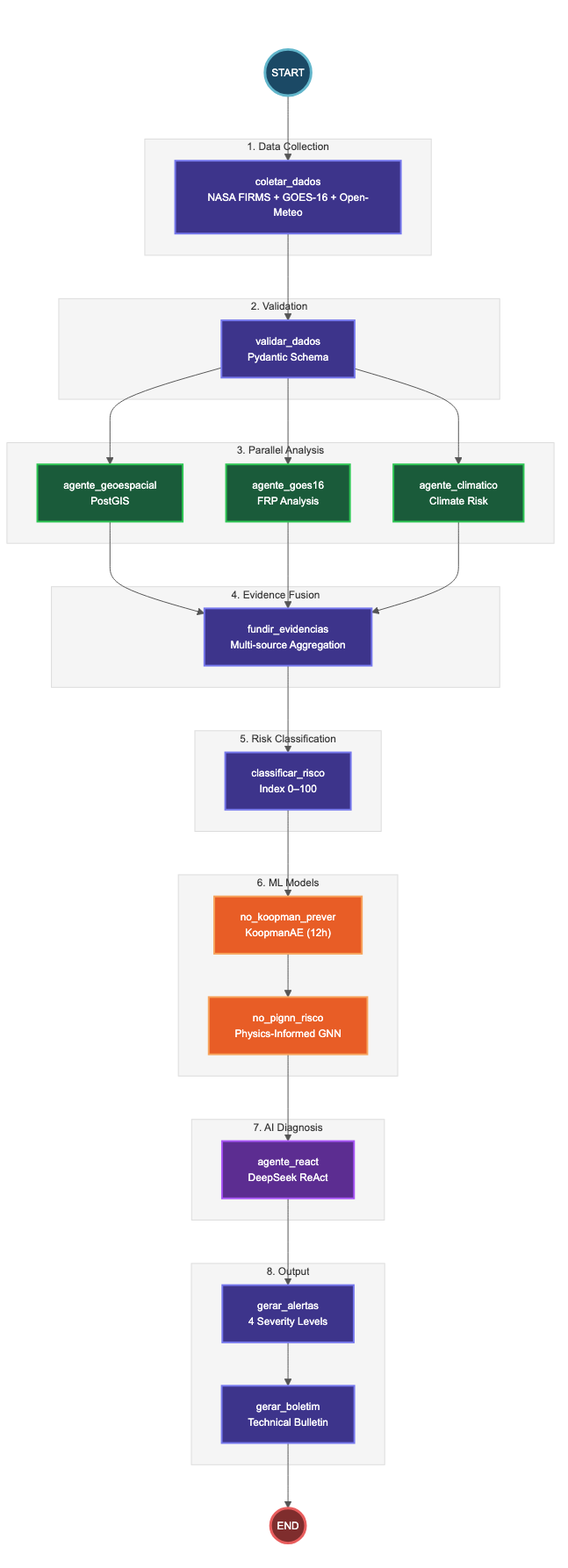
This is figures/langgraph.png from naubergois/ceara-queimadas, a Mermaid export, as it was before one commit. Its source is kept beside it as figures/langgraph.mmd.
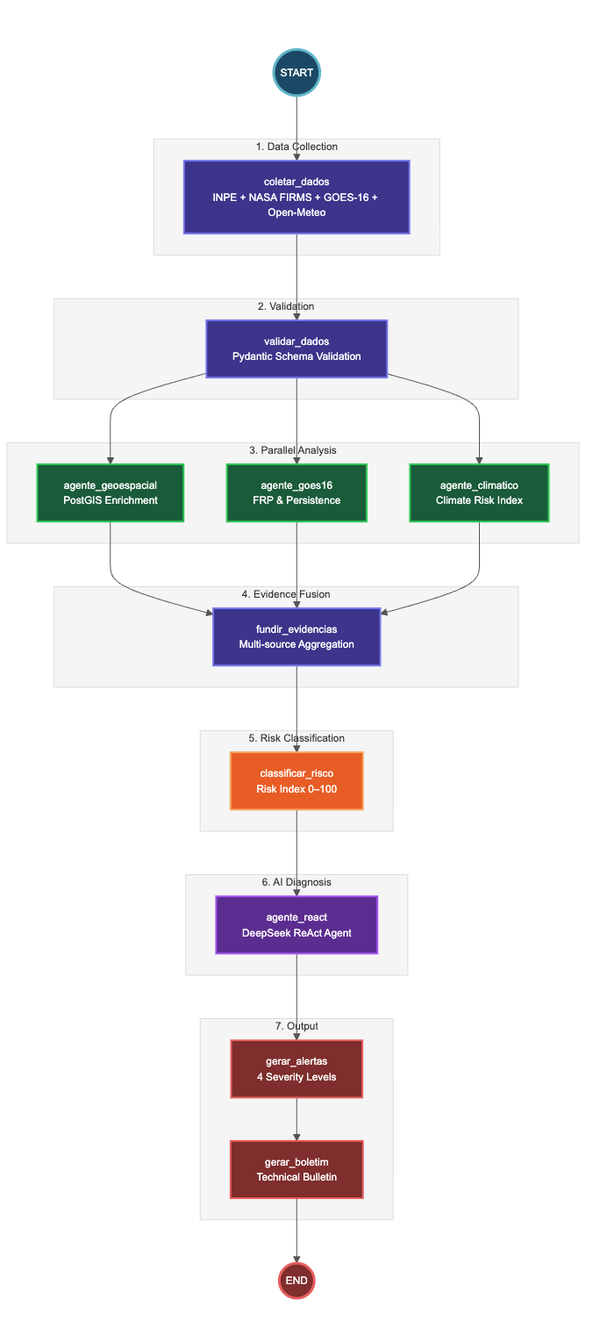
Above is the later version.

Commit message:
TASK-115: Correção e regeneração das figuras architecture + langgraph

Diff of the diagram source:
```diff
@@ -3,20 +3,19 @@
 ---
 graph TB
     START((START))
-    ENDD((END))
 
     subgraph Collection["1. Data Collection"]
-        N1["coletar_dados<br/>NASA FIRMS + GOES-16 + Open-Meteo"]
+        N1["coletar_dados<br/>INPE + NASA FIRMS + GOES-16 + Open-Meteo"]
     end
 
     subgraph Validation["2. Validation"]
-        N2["validar_dados<br/>Pydantic Schema"]
+        N2["validar_dados<br/>Pydantic Schema Validation"]
     end
 
     subgraph Analysis["3. Parallel Analysis"]
-        N3["agente_geoespacial<br/>PostGIS"]
-        N4["agente_goes16<br/>FRP Analysis"]
-        N5["agente_climatico<br/>Climate Risk"]
+        N3["agente_geoespacial<br/>PostGIS Enrichment"]
+        N4["agente_goes16<br/>FRP & Persistence"]
+        N5["agente_climatico<br/>Climate Risk Index"]
     end
 
     subgraph Fusion["4. Evidence Fusion"]
@@ -24,22 +23,19 @@
     end
 
     subgraph Risk["5. Risk Classification"]
-        N7["classificar_risco<br/>Index 0–100"]
+        N7["classificar_risco<br/>Risk Index 0–100"]
     end
 
-    subgraph ML["6. ML Models"]
-        N8["no_koopman_prever<br/>KoopmanAE (12h)"]
-        N9["no_pignn_risco<br/>Physics-Informed GNN"]
+    subgraph Diagnosis["6. AI Diagnosis"]
+        N8["agente_react<br/>DeepSeek ReAct Agent"]
     end
 
-    subgraph Diagnosis["7. AI Diagnosis"]
-        N10["agente_react<br/>DeepSeek ReAct"]
+    subgraph Output["7. Output"]
+        N9["gerar_alertas<br/>4 Severity Levels"]
+        N10["gerar_boletim<br/>Technical Bulletin"]
     end
 
-    subgraph Output["8. Output"]
-        N11["gerar_alertas<br/>4 Severity Levels"]
-        N12["gerar_boletim<br/>Technical Bulletin"]
-    end
+    ENDD((END))
 
     START --> N1
     N1 --> N2
@@ -53,9 +49,7 @@
     N7 --> N8
     N8 --> N9
     N9 --> N10
-    N10 --> N11
-    N11 --> N12
-    N12 --> ENDD
+    N10 --> ENDD
 
     style START fill:#1B4965,color:#fff,stroke:#62B6CB,stroke-width:3px
     style ENDD fill:#7F2D2D,color:#fff,stroke:#E85D5D,stroke-width:3px
@@ -65,9 +59,7 @@
     style N4 fill:#1A5B3A,color:#fff,stroke:#2DC653,stroke-width:2px
     style N5 fill:#1A5B3A,color:#fff,stroke:#2DC653,stroke-width:2px
     style N6 fill:#3D348B,color:#fff,stroke:#7678ED,stroke-width:2px
-    style N7 fill:#3D348B,color:#fff,stroke:#7678ED,stroke-width:2px
-    style N8 fill:#E85D26,color:#fff,stroke:#F7A35C,stroke-width:2px
-    style N9 fill:#E85D26,color:#fff,stroke:#F7A35C,stroke-width:2px
-    style N10 fill:#5C2D91,color:#fff,stroke:#A855F7,stroke-width:2px
-    style N11 fill:#3D348B,color:#fff,stroke:#7678ED,stroke-width:2px
-    style N12 fill:#3D348B,color:#fff,stroke:#7678ED,stroke-width:2px
+    style N7 fill:#E85D26,color:#fff,stroke:#F7A35C,stroke-width:2px
+    style N8 fill:#5C2D91,color:#fff,stroke:#A855F7,stroke-width:2px
+    style N9 fill:#7F2D2D,color:#fff,stroke:#E85D5D,stroke-width:2px
+    style N10 fill:#7F2D2D,color:#fff,stroke:#E85D5D,stroke-width:2px
```
